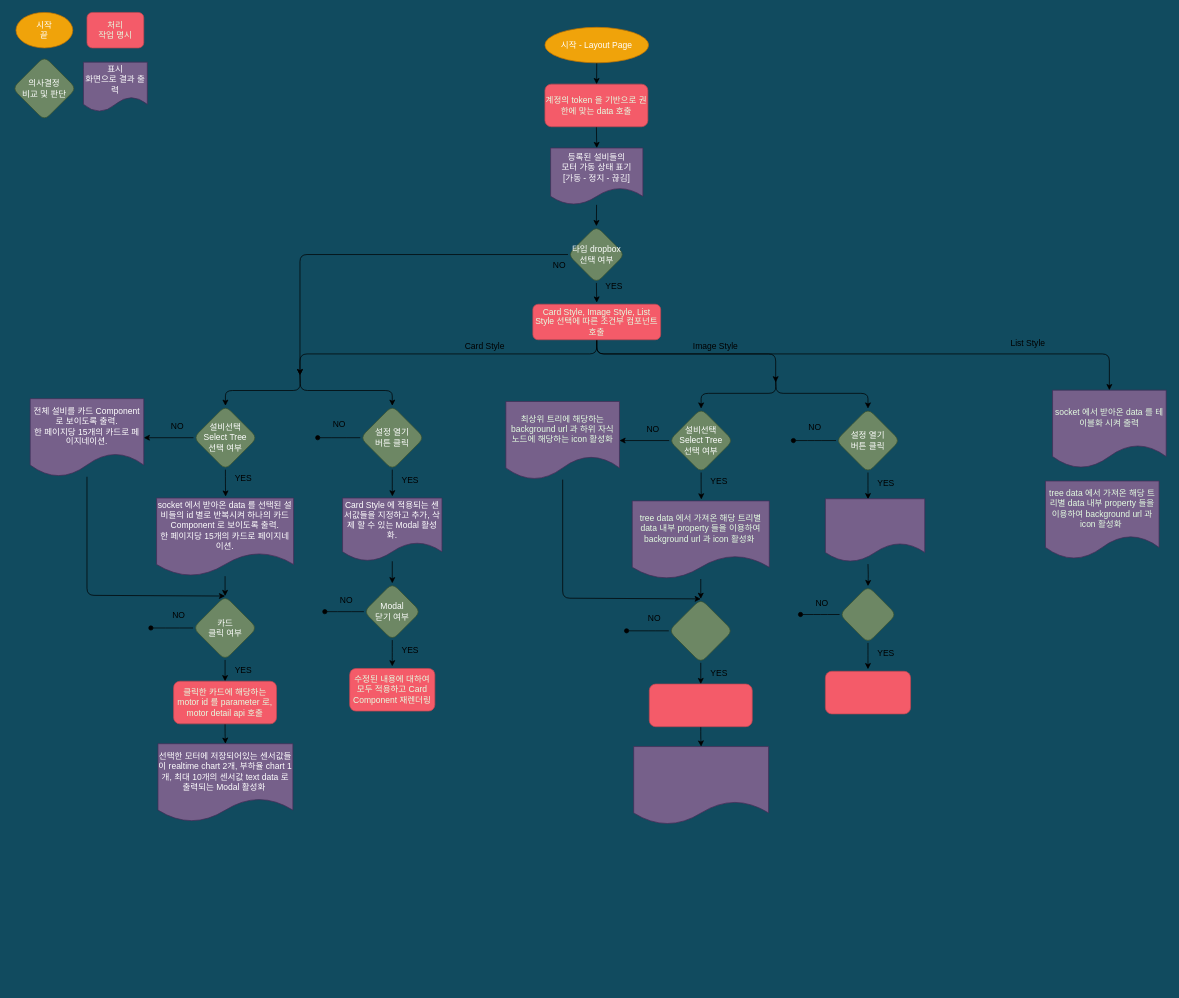
Above: layout-page.drawio in hws522/draw.io (draw.io), before the change. Source tidied: cells renumbered, new cells numbered last; positions are measured from the earlier drawing's top-left corner, leaving out a move shared by most shapes. Both pictures are drawn from the tidied source at 71%, with x=0, y=0 at pixel (12, 12).
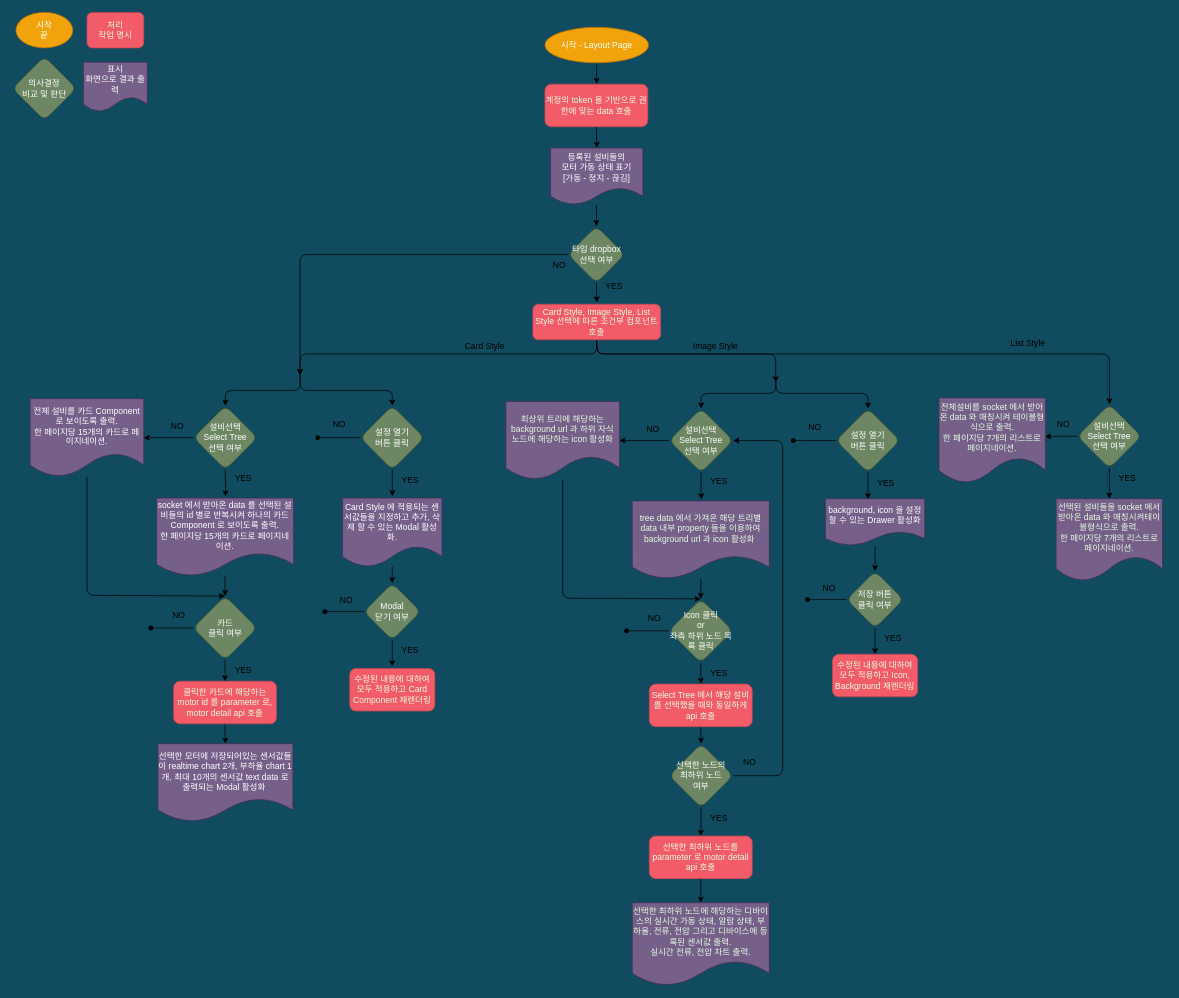
The same diagram, later.

Commit message (it also covers changes not shown here):
layout page

Unchanged cells that the change refers to:
```xml
<mxCell id="20" value="Card Style, Image Style, List Style 선택에 따른 조건부 컴포넌트 호출" style="whiteSpace=wrap;html=1;fillColor=#F45B69;strokeColor=#C34651;fontColor=#E4FDE1;rounded=1;glass=0;strokeWidth=1;shadow=0;" parent="1" vertex="1">
  <mxGeometry x="733" y="411" width="180" height="50" as="geometry" />
</mxCell>
<mxCell id="61" value="설비선택&lt;br&gt;Select Tree&lt;br&gt;선택 여부" style="rhombus;whiteSpace=wrap;html=1;fillColor=#6d8764;strokeColor=#3A5431;fontColor=#ffffff;rounded=1;glass=0;strokeWidth=1;shadow=0;" parent="1" vertex="1">
  <mxGeometry x="925" y="558" width="90" height="90" as="geometry" />
</mxCell>
```

What changed in the source:
```diff
@@
-    <mxCell id="15" value="&lt;span style=&quot;color: rgb(228, 253, 225);&quot;&gt;socket 에서 받아온 data 를 테이블화 시켜 출력&lt;/span&gt;" style="shape=document;whiteSpace=wrap;html=1;boundedLbl=1;fillColor=#76608a;strokeColor=#432D57;fontColor=#ffffff;rounded=1;glass=0;strokeWidth=1;shadow=0;" parent="1" vertex="1">
-      <mxGeometry x="1465" y="532" width="160" height="110" as="geometry" />
-    </mxCell>
-    <mxCell id="16" value="&lt;span style=&quot;color: rgb(228, 253, 225);&quot;&gt;tree data 에서 가져온 해당 트리별 data 내부 property 들을 이용하여 background url 과 icon 활성화&amp;nbsp;&lt;/span&gt;" style="shape=document;whiteSpace=wrap;html=1;boundedLbl=1;fillColor=#76608a;strokeColor=#432D57;fontColor=#ffffff;rounded=1;glass=0;strokeWidth=1;shadow=0;" parent="1" vertex="1">
-      <mxGeometry x="1455" y="660" width="160" height="110" as="geometry" />
-    </mxCell>
@@
-    <mxCell id="18" style="edgeStyle=orthogonalEdgeStyle;html=1;exitX=0.5;exitY=1;exitDx=0;exitDy=0;entryX=0.5;entryY=0;entryDx=0;entryDy=0;" parent="1" edge="1" source="20" target="15">
+    <mxCell id="18" style="edgeStyle=orthogonalEdgeStyle;html=1;exitX=0.5;exitY=1;exitDx=0;exitDy=0;entryX=0.5;entryY=0;entryDx=0;entryDy=0;" parent="1" edge="1" source="20" target="103">
       <mxGeometry relative="1" as="geometry">
         <Array as="points">
           <mxPoint x="823" y="481" />
           <mxPoint x="1545" y="481" />
         </Array>
       </mxGeometry>
     </mxCell>
@@
     <mxCell id="50" value="Card Style 에 적용되는 센서값들을 지정하고 추가, 삭제 할 수 있는 Modal 활성화." style="shape=document;whiteSpace=wrap;html=1;boundedLbl=1;fillColor=#76608a;strokeColor=#432D57;fontColor=#ffffff;rounded=1;glass=0;strokeWidth=1;shadow=0;" parent="1" vertex="1">
-      <mxGeometry x="465" y="684" width="140" height="89" as="geometry" />
+      <mxGeometry x="465" y="684" width="140" height="97" as="geometry" />
     </mxCell>
@@
-    <mxCell id="70" style="rhombus;whiteSpace=wrap;html=1;fillColor=#6d8764;strokeColor=#3A5431;fontColor=#ffffff;rounded=1;glass=0;strokeWidth=1;shadow=0;" parent="1" vertex="1">
+    <mxCell id="70" value="Icon 클릭&lt;br&gt;or&lt;br&gt;좌측 하위 노드 목록 클릭" style="rhombus;whiteSpace=wrap;html=1;fillColor=#6d8764;strokeColor=#3A5431;fontColor=#ffffff;rounded=1;glass=0;strokeWidth=1;shadow=0;" parent="1" vertex="1">
       <mxGeometry x="924.5" y="826" width="90" height="90" as="geometry" />
     </mxCell>
@@
-    <mxCell id="73" style="edgeStyle=orthogonalEdgeStyle;html=1;endArrow=classic;endFill=1;" parent="1" edge="1" source="74" target="75">
-      <mxGeometry relative="1" as="geometry" />
-    </mxCell>
+    <mxCell id="90" style="edgeStyle=orthogonalEdgeStyle;html=1;exitX=0.5;exitY=1;exitDx=0;exitDy=0;entryX=0.5;entryY=0;entryDx=0;entryDy=0;" parent="1" edge="1" source="74" target="94">
+      <mxGeometry relative="1" as="geometry" />
+    </mxCell>
-    <mxCell id="74" style="whiteSpace=wrap;html=1;fillColor=#F45B69;strokeColor=#C34651;fontColor=#E4FDE1;rounded=1;glass=0;strokeWidth=1;shadow=0;" parent="1" vertex="1">
+    <mxCell id="74" value="Select Tree 에서 해당 설비를 선택했을 때와 동일하게 api 호출" style="whiteSpace=wrap;html=1;fillColor=#F45B69;strokeColor=#C34651;fontColor=#E4FDE1;rounded=1;glass=0;strokeWidth=1;shadow=0;" parent="1" vertex="1">
       <mxGeometry x="897" y="946" width="145" height="60" as="geometry" />
     </mxCell>
-    <mxCell id="75" style="shape=document;whiteSpace=wrap;html=1;boundedLbl=1;fillColor=#76608a;strokeColor=#432D57;fontColor=#ffffff;rounded=1;glass=0;strokeWidth=1;shadow=0;" parent="1" vertex="1">
-      <mxGeometry x="875" y="1034" width="190" height="110" as="geometry" />
-    </mxCell>
@@
-    <mxCell id="81" style="edgeStyle=orthogonalEdgeStyle;html=1;entryX=0.5;entryY=0;entryDx=0;entryDy=0;startArrow=none;startFill=0;endArrow=classic;endFill=1;elbow=vertical;" parent="1" edge="1" target="86">
-      <mxGeometry relative="1" as="geometry">
-        <mxPoint x="1205" y="777" as="sourcePoint" />
-      </mxGeometry>
-    </mxCell>
+    <mxCell id="91" style="edgeStyle=orthogonalEdgeStyle;html=1;entryX=0.5;entryY=0;entryDx=0;entryDy=0;fontSize=12;" parent="1" edge="1" source="82" target="86">
+      <mxGeometry relative="1" as="geometry" />
+    </mxCell>
-    <mxCell id="82" style="shape=document;whiteSpace=wrap;html=1;boundedLbl=1;fillColor=#76608a;strokeColor=#432D57;fontColor=#ffffff;rounded=1;glass=0;strokeWidth=1;shadow=0;" parent="1" vertex="1">
-      <mxGeometry x="1145" y="685" width="140" height="89" as="geometry" />
+    <mxCell id="82" value="background, icon 을 설정할 수 있는 Drawer 활성화" style="shape=document;whiteSpace=wrap;html=1;boundedLbl=1;fillColor=#76608a;strokeColor=#432D57;fontColor=#ffffff;rounded=1;glass=0;strokeWidth=1;shadow=0;" parent="1" vertex="1">
+      <mxGeometry x="1145" y="685" width="140" height="66" as="geometry" />
     </mxCell>
@@
     <mxCell id="84" style="edgeStyle=orthogonalEdgeStyle;html=1;exitX=0;exitY=0.5;exitDx=0;exitDy=0;endArrow=oval;endFill=1;" parent="1" edge="1" source="86">
       <mxGeometry relative="1" as="geometry">
-        <mxPoint x="1110" y="848" as="targetPoint" />
+        <mxPoint x="1120" y="827" as="targetPoint" />
       </mxGeometry>
     </mxCell>
-    <mxCell id="85" style="edgeStyle=orthogonalEdgeStyle;html=1;endArrow=classic;endFill=1;" parent="1" edge="1" source="86">
-      <mxGeometry relative="1" as="geometry">
-        <mxPoint x="1205" y="925" as="targetPoint" />
-      </mxGeometry>
+    <mxCell id="85" style="edgeStyle=orthogonalEdgeStyle;html=1;endArrow=classic;endFill=1;entryX=0.5;entryY=0;entryDx=0;entryDy=0;" parent="1" edge="1" source="86" target="100">
+      <mxGeometry relative="1" as="geometry" />
     </mxCell>
-    <mxCell id="86" style="rhombus;whiteSpace=wrap;html=1;fillColor=#6d8764;strokeColor=#3A5431;fontColor=#ffffff;rounded=1;glass=0;strokeWidth=1;shadow=0;" parent="1" vertex="1">
-      <mxGeometry x="1165" y="808" width="80" height="80" as="geometry" />
+    <mxCell id="86" value="저장 버튼&lt;br&gt;클릭 여부" style="rhombus;whiteSpace=wrap;html=1;fillColor=#6d8764;strokeColor=#3A5431;fontColor=#ffffff;rounded=1;glass=0;strokeWidth=1;shadow=0;" parent="1" vertex="1">
+      <mxGeometry x="1175" y="787" width="80" height="80" as="geometry" />
     </mxCell>
     <mxCell id="87" value="NO" style="text;html=1;align=center;verticalAlign=middle;strokeColor=none;fillColor=none;" parent="1" vertex="1">
-      <mxGeometry x="1120" y="818" width="40" height="30" as="geometry" />
+      <mxGeometry x="1130" y="797" width="40" height="30" as="geometry" />
     </mxCell>
-    <mxCell id="88" style="whiteSpace=wrap;html=1;fillColor=#F45B69;strokeColor=#C34651;fontColor=#E4FDE1;rounded=1;glass=0;strokeWidth=1;shadow=0;" parent="1" vertex="1">
-      <mxGeometry x="1145" y="928" width="120" height="60" as="geometry" />
-    </mxCell>
     <mxCell id="89" value="YES" style="text;html=1;align=center;verticalAlign=middle;strokeColor=none;fillColor=none;" parent="1" vertex="1">
-      <mxGeometry x="1205" y="888" width="50" height="30" as="geometry" />
+      <mxGeometry x="1215" y="867" width="50" height="30" as="geometry" />
     </mxCell>
+    <mxCell id="92" style="edgeStyle=orthogonalEdgeStyle;html=1;exitX=1;exitY=0.5;exitDx=0;exitDy=0;entryX=1;entryY=0.5;entryDx=0;entryDy=0;" parent="1" edge="1" source="94" target="61">
+      <mxGeometry relative="1" as="geometry">
+        <Array as="points">
+          <mxPoint x="1085" y="1075" />
+          <mxPoint x="1085" y="603" />
+        </Array>
+      </mxGeometry>
+    </mxCell>
+    <mxCell id="93" style="edgeStyle=orthogonalEdgeStyle;html=1;exitX=0.5;exitY=1;exitDx=0;exitDy=0;entryX=0.5;entryY=0;entryDx=0;entryDy=0;" parent="1" edge="1" source="94" target="97">
+      <mxGeometry relative="1" as="geometry" />
+    </mxCell>
+    <mxCell id="94" value="선택한 노드의&lt;br&gt;최하위 노드&lt;br&gt;여부" style="rhombus;whiteSpace=wrap;html=1;fillColor=#6d8764;strokeColor=#3A5431;fontColor=#ffffff;rounded=1;glass=0;strokeWidth=1;shadow=0;" parent="1" vertex="1">
+      <mxGeometry x="925" y="1030" width="90" height="90" as="geometry" />
+    </mxCell>
+    <mxCell id="95" value="NO" style="text;html=1;align=center;verticalAlign=middle;strokeColor=none;fillColor=none;" parent="1" vertex="1">
+      <mxGeometry x="1017.5" y="1041" width="40" height="30" as="geometry" />
+    </mxCell>
+    <mxCell id="96" style="edgeStyle=orthogonalEdgeStyle;html=1;exitX=0.5;exitY=1;exitDx=0;exitDy=0;entryX=0.5;entryY=0;entryDx=0;entryDy=0;" parent="1" edge="1" source="97" target="99">
+      <mxGeometry relative="1" as="geometry" />
+    </mxCell>
+    <mxCell id="97" value="선택한 최하위 노드를 parameter 로 motor detail api 호출" style="whiteSpace=wrap;html=1;fillColor=#F45B69;strokeColor=#C34651;fontColor=#E4FDE1;rounded=1;glass=0;strokeWidth=1;shadow=0;" parent="1" vertex="1">
+      <mxGeometry x="897" y="1160" width="145" height="60" as="geometry" />
+    </mxCell>
+    <mxCell id="98" value="YES" style="text;html=1;align=center;verticalAlign=middle;strokeColor=none;fillColor=none;" parent="1" vertex="1">
+      <mxGeometry x="970" y="1120" width="50" height="30" as="geometry" />
+    </mxCell>
+    <mxCell id="99" value="&lt;font color=&quot;#e4fde1&quot;&gt;선택한 최하위 노드에 해당하는 디바이스의 실시간 가동 상태, 알람 상태, 부하율, 전류, 전압 그리고 디바이스에 등록된 센서값 출력.&lt;br&gt;실시간 전류, 전압 차트 출력.&lt;br&gt;&lt;/font&gt;" style="shape=document;whiteSpace=wrap;html=1;boundedLbl=1;fillColor=#76608a;strokeColor=#432D57;fontColor=#ffffff;rounded=1;glass=0;strokeWidth=1;shadow=0;" parent="1" vertex="1">
+      <mxGeometry x="873" y="1254" width="193" height="117" as="geometry" />
+    </mxCell>
+    <mxCell id="100" value="수정된 내용에 대하여 모두 적용하고 Icon, Background 재렌더링" style="whiteSpace=wrap;html=1;fillColor=#F45B69;strokeColor=#C34651;fontColor=#E4FDE1;rounded=1;glass=0;strokeWidth=1;shadow=0;" parent="1" vertex="1">
+      <mxGeometry x="1155" y="904" width="120" height="60" as="geometry" />
+    </mxCell>
+    <mxCell id="101" style="edgeStyle=orthogonalEdgeStyle;html=1;exitX=0;exitY=0.5;exitDx=0;exitDy=0;entryX=0.996;entryY=0.452;entryDx=0;entryDy=0;entryPerimeter=0;fontSize=12;" parent="1" edge="1" source="103" target="104">
+      <mxGeometry relative="1" as="geometry" />
+    </mxCell>
+    <mxCell id="102" style="edgeStyle=orthogonalEdgeStyle;html=1;exitX=0.5;exitY=1;exitDx=0;exitDy=0;entryX=0.5;entryY=0;entryDx=0;entryDy=0;fontSize=12;" parent="1" edge="1" source="103" target="106">
+      <mxGeometry relative="1" as="geometry" />
+    </mxCell>
+    <mxCell id="103" value="설비선택&lt;br&gt;Select Tree&lt;br&gt;선택 여부" style="rhombus;whiteSpace=wrap;html=1;fillColor=#6d8764;strokeColor=#3A5431;fontColor=#ffffff;rounded=1;glass=0;strokeWidth=1;shadow=0;" parent="1" vertex="1">
+      <mxGeometry x="1500" y="552" width="90" height="90" as="geometry" />
+    </mxCell>
+    <mxCell id="104" value="&lt;span style=&quot;color: rgb(228, 253, 225);&quot;&gt;전체설비를 socket 에서 받아온 data 와 매칭시켜 테이블형식으로 출력.&lt;br&gt;한 페이지당 7개의 리스트로 페이지네이션.&lt;br&gt;&lt;/span&gt;" style="shape=document;whiteSpace=wrap;html=1;boundedLbl=1;fillColor=#76608a;strokeColor=#432D57;fontColor=#ffffff;rounded=1;glass=0;strokeWidth=1;shadow=0;" parent="1" vertex="1">
+      <mxGeometry x="1305" y="543" width="150" height="120" as="geometry" />
+    </mxCell>
+    <mxCell id="105" value="NO" style="text;html=1;align=center;verticalAlign=middle;strokeColor=none;fillColor=none;" parent="1" vertex="1">
+      <mxGeometry x="1460" y="566" width="40" height="30" as="geometry" />
+    </mxCell>
+    <mxCell id="106" value="&lt;span style=&quot;color: rgb(228, 253, 225);&quot;&gt;선택된 설비들을 socket 에서 받아온 data 와 매칭시켜테이블형식으로 출력.&lt;br&gt;한 페이지당 7개의 리스트로 페이지네이션.&lt;br&gt;&lt;/span&gt;" style="shape=document;whiteSpace=wrap;html=1;boundedLbl=1;fillColor=#76608a;strokeColor=#432D57;fontColor=#ffffff;rounded=1;glass=0;strokeWidth=1;shadow=0;" parent="1" vertex="1">
+      <mxGeometry x="1470" y="685" width="150" height="116" as="geometry" />
+    </mxCell>
+    <mxCell id="107" value="YES" style="text;html=1;align=center;verticalAlign=middle;strokeColor=none;fillColor=none;" parent="1" vertex="1">
+      <mxGeometry x="1545" y="642" width="50" height="30" as="geometry" />
+    </mxCell>
```
